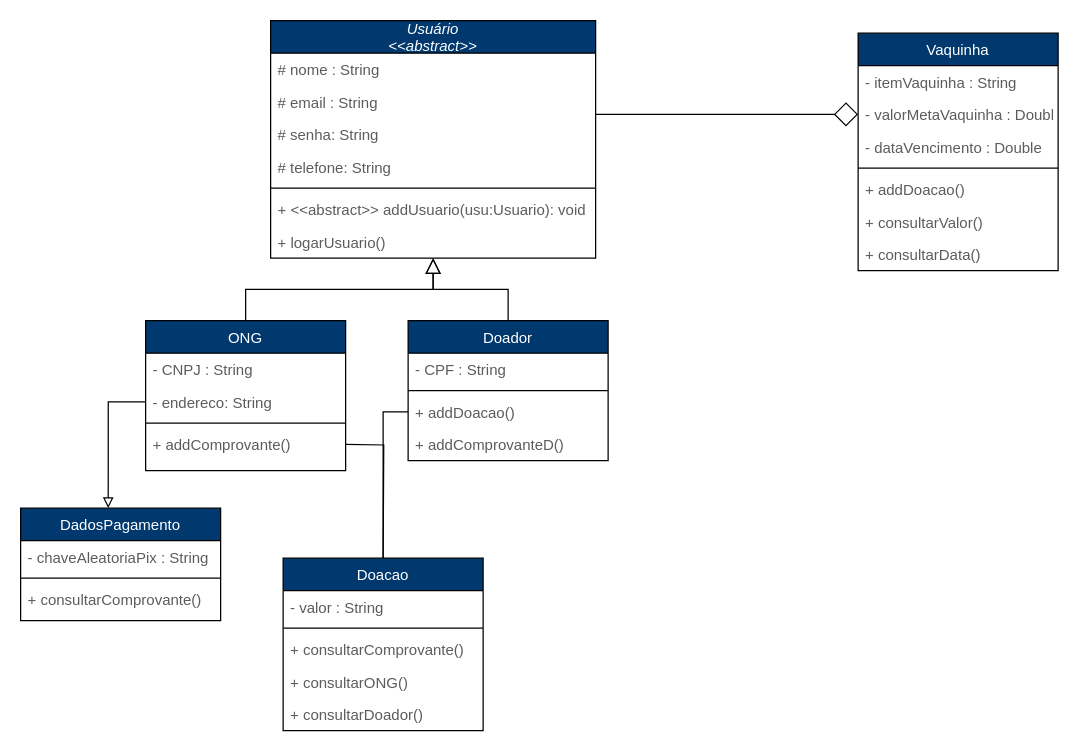
The draw.io diagram BetterPlaceBE/DiagramadeClasses-06.drawio in apires-roberta/bp, before the edit. Source tidied: cells renumbered, new cells numbered last; positions are measured from the earlier drawing's top-left corner, leaving out a move shared by most shapes. Both pictures are drawn from the tidied source at 125%, with x=0, y=0 at pixel (20, 20).
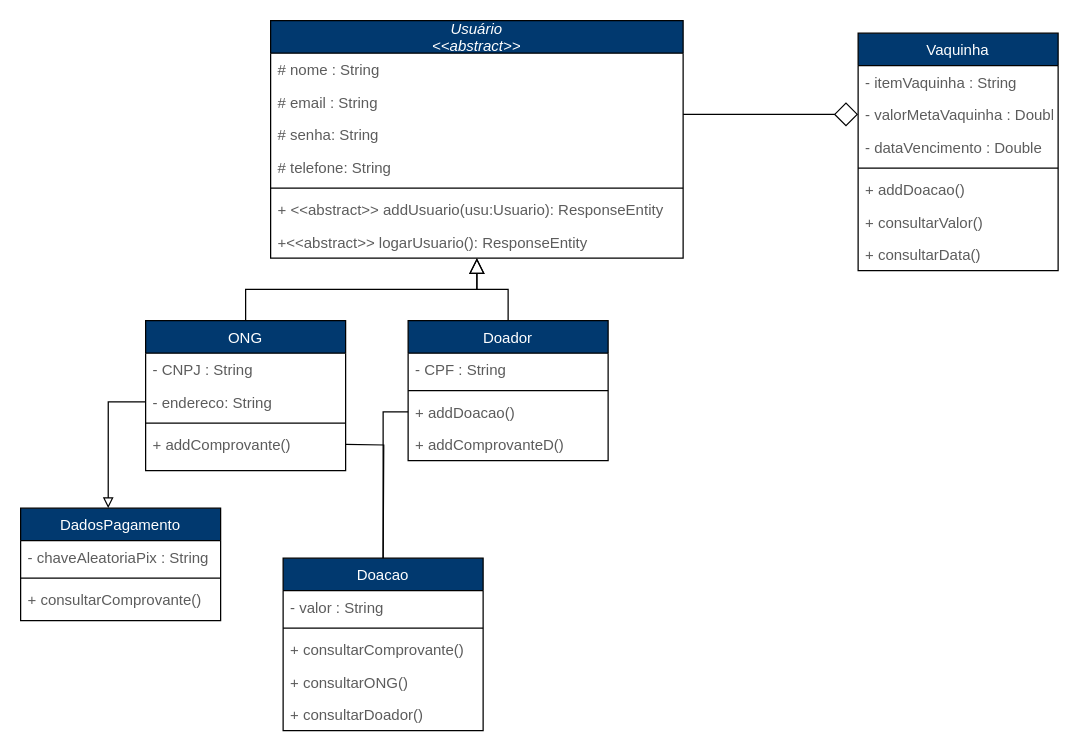
After the change.

What changed in the source:
```diff
@@
     <mxCell id="2" value="Usuário&#10;&lt;&lt;abstract&gt;&gt;" style="swimlane;fontStyle=2;align=center;verticalAlign=middle;horizontal=1;startSize=26;rounded=0;shadow=0;strokeWidth=1;fillColor=#01396F;strokeColor=#000000;fontColor=#FFFFFF;" parent="1" vertex="1">
-      <mxGeometry x="200" width="260" height="190" as="geometry" />
+      <mxGeometry x="200" width="330" height="190" as="geometry" />
     </mxCell>
     <mxCell id="3" value="# nome : String" style="text;align=left;verticalAlign=top;spacingLeft=4;spacingRight=4;overflow=hidden;fontColor=#5C5C5C;" parent="2" vertex="1">
-      <mxGeometry y="26" width="260" height="26" as="geometry" />
+      <mxGeometry y="26" width="330" height="26" as="geometry" />
     </mxCell>
     <mxCell id="4" value="# email : String" style="text;align=left;verticalAlign=top;spacingLeft=4;spacingRight=4;overflow=hidden;points=[[0,0.5],[1,0.5]];portConstraint=eastwest;rounded=0;shadow=0;html=0;fontColor=#5C5C5C;" parent="2" vertex="1">
-      <mxGeometry y="52" width="260" height="26" as="geometry" />
+      <mxGeometry y="52" width="330" height="26" as="geometry" />
     </mxCell>
     <mxCell id="5" value="# senha: String" style="text;align=left;verticalAlign=top;spacingLeft=4;spacingRight=4;overflow=hidden;rounded=0;shadow=0;html=0;fontColor=#5C5C5C;" parent="2" vertex="1">
-      <mxGeometry y="78" width="260" height="26" as="geometry" />
+      <mxGeometry y="78" width="330" height="26" as="geometry" />
     </mxCell>
     <mxCell id="6" value="# telefone: String" style="text;align=left;verticalAlign=top;spacingLeft=4;spacingRight=4;overflow=hidden;rounded=0;shadow=0;html=0;fontColor=#5C5C5C;" parent="2" vertex="1">
-      <mxGeometry y="104" width="260" height="26" as="geometry" />
+      <mxGeometry y="104" width="330" height="26" as="geometry" />
     </mxCell>
     <mxCell id="7" style="line;html=1;strokeWidth=1;align=left;verticalAlign=middle;spacingTop=-1;spacingLeft=3;spacingRight=3;labelPosition=right;fillColor=#21C0A5;strokeColor=#000000;fontColor=#5C5C5C;" parent="2" vertex="1">
-      <mxGeometry y="130" width="260" height="8" as="geometry" />
+      <mxGeometry y="130" width="330" height="8" as="geometry" />
     </mxCell>
-    <mxCell id="8" value="+ &lt;&lt;abstract&gt;&gt; addUsuario(usu:Usuario): void" style="text;align=left;verticalAlign=top;spacingLeft=4;spacingRight=4;overflow=hidden;fontColor=#5C5C5C;" parent="2" vertex="1">
-      <mxGeometry y="138" width="260" height="26" as="geometry" />
+    <mxCell id="8" value="+ &lt;&lt;abstract&gt;&gt; addUsuario(usu:Usuario): ResponseEntity" style="text;align=left;verticalAlign=top;spacingLeft=4;spacingRight=4;overflow=hidden;fontColor=#5C5C5C;" parent="2" vertex="1">
+      <mxGeometry y="138" width="330" height="26" as="geometry" />
     </mxCell>
-    <mxCell id="9" value="+ logarUsuario()" style="text;align=left;verticalAlign=top;spacingLeft=4;spacingRight=4;overflow=hidden;fontColor=#5C5C5C;" parent="2" vertex="1">
-      <mxGeometry y="164" width="260" height="26" as="geometry" />
+    <mxCell id="9" value="+&lt;&lt;abstract&gt;&gt; logarUsuario(): ResponseEntity" style="text;align=left;verticalAlign=top;spacingLeft=4;spacingRight=4;overflow=hidden;fontColor=#5C5C5C;" parent="2" vertex="1">
+      <mxGeometry y="164" width="330" height="26" as="geometry" />
     </mxCell>
```
